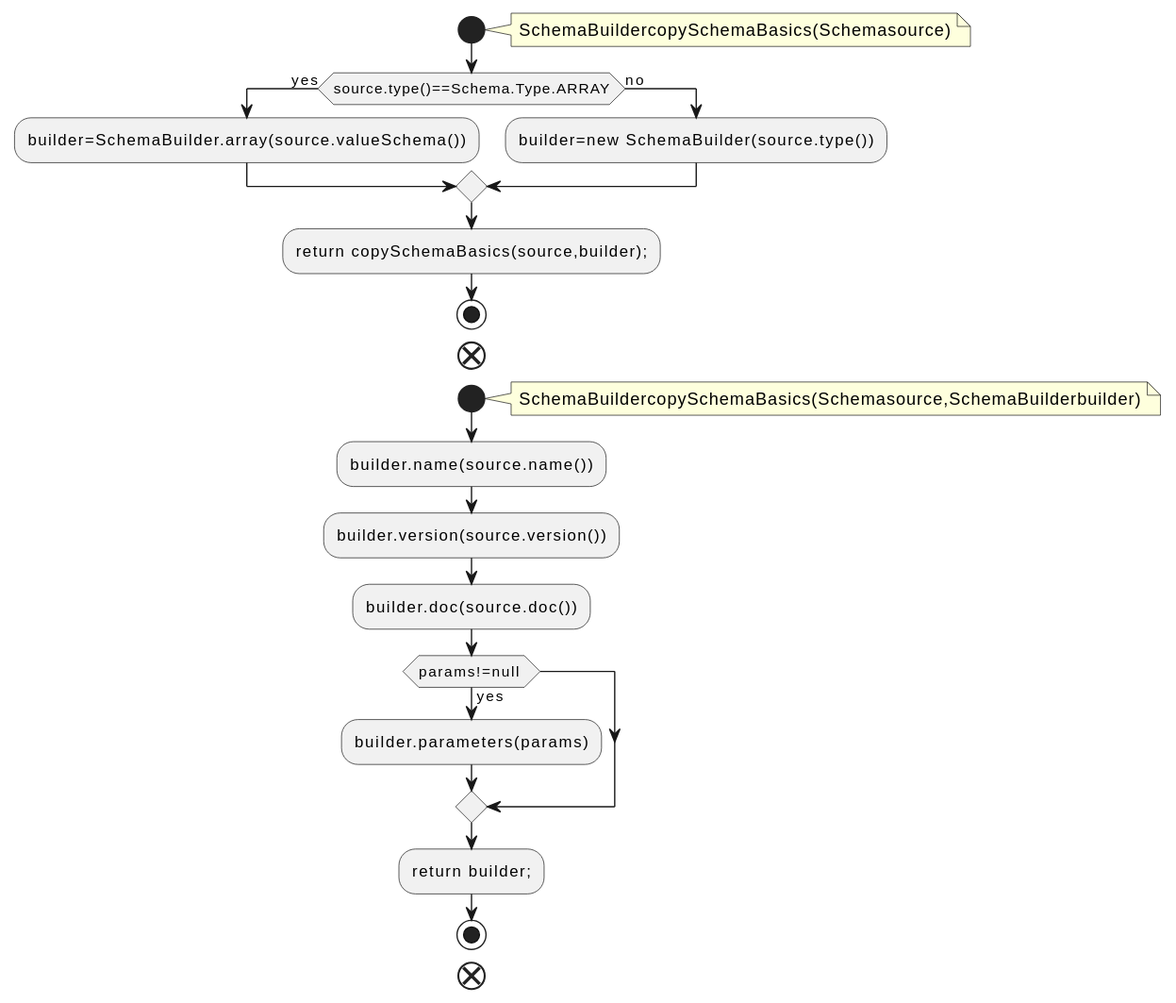
The PlantUML diagram docs/qc/connect/transforms/src/main/java/org/apache/kafka/connect/transforms/util/SchemaUtil.java.fct.svg in qualitesys/kafka, before a commit.
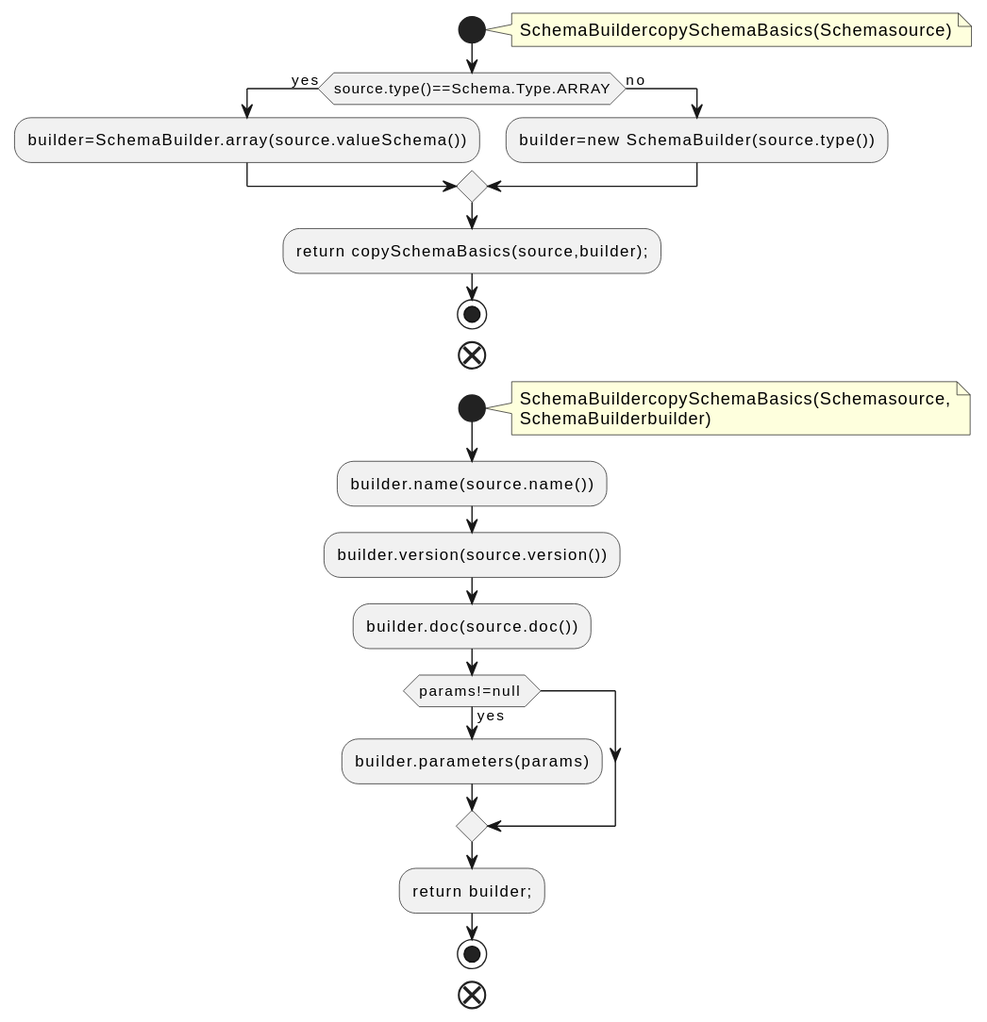
The same file after the commit.

Change to the diagram source:
```diff
@@ -14,7 +14,8 @@
 end
 start
 note right
-SchemaBuildercopySchemaBasics(Schemasource,SchemaBuilderbuilder)
+SchemaBuildercopySchemaBasics(Schemasource,
+SchemaBuilderbuilder)
 end note
 :builder.name(source.name());
 :builder.version(source.version());
```
